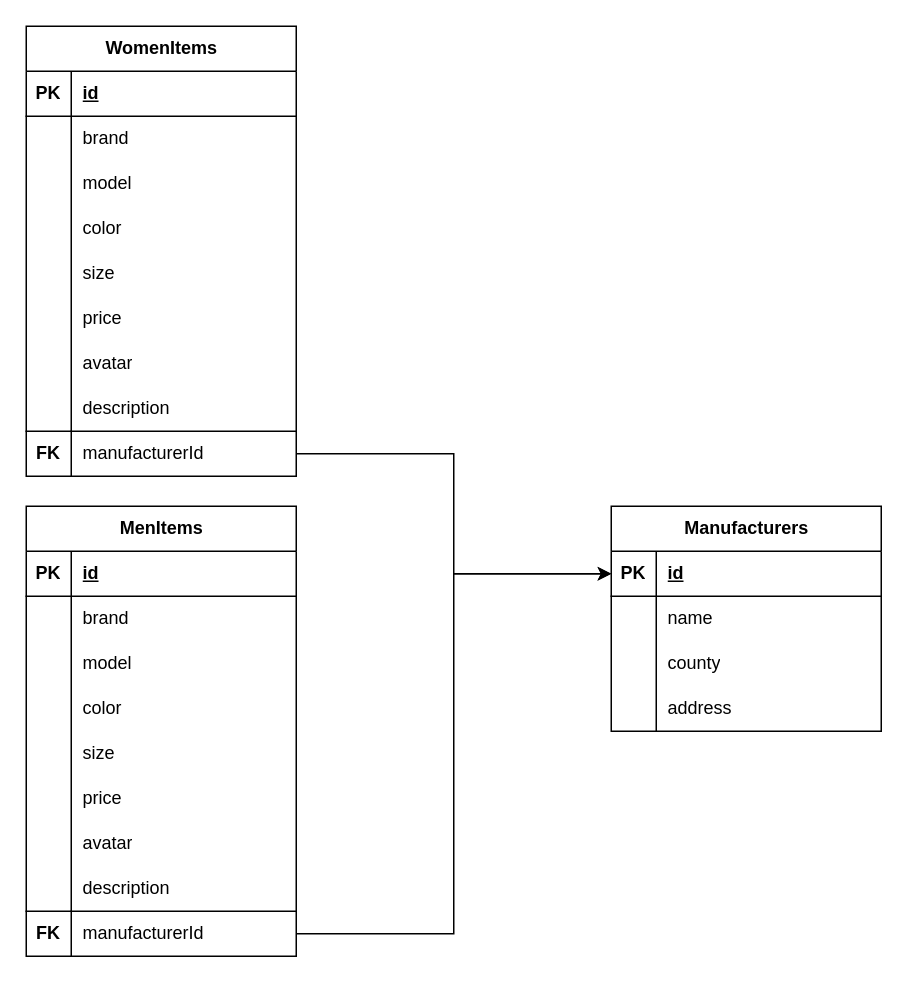
The draw.io diagram ER.drawio in Daniil999o/ClothesShop, before the edit. Source tidied: cells renumbered, new cells numbered last; positions are measured from the earlier drawing's top-left corner, leaving out a move shared by most shapes. Both pictures are drawn from the tidied source at 150%, with x=0, y=0 at pixel (26, 26).
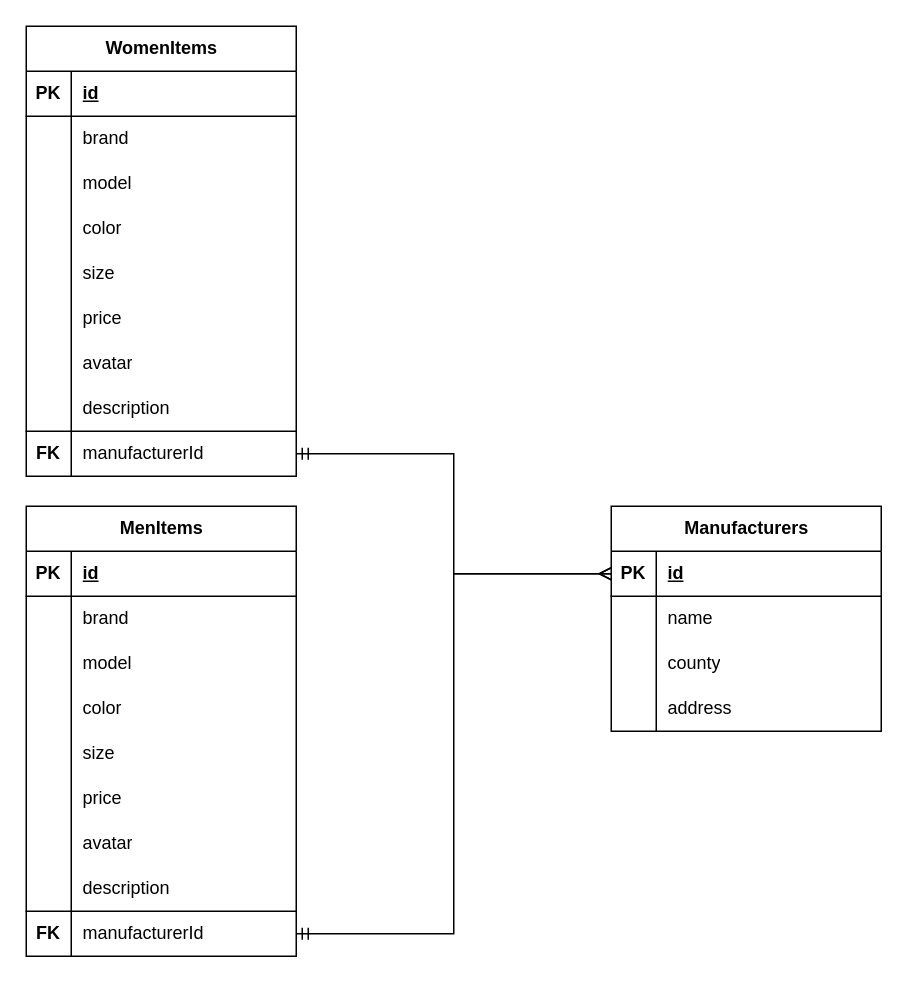
After the change.

Unchanged cells that the change refers to:
```xml
<mxCell id="27" style="shape=tableRow;horizontal=0;startSize=0;swimlaneHead=0;swimlaneBody=0;fillColor=none;points=[[0,0.5],[1,0.5]];portConstraint=eastwest;top=0;left=0;right=0;bottom=0;" parent="2" vertex="1">
  <mxGeometry y="270" width="180" height="30" as="geometry" />
</mxCell>
<mxCell id="31" style="shape=tableRow;horizontal=0;startSize=0;swimlaneHead=0;swimlaneBody=0;fillColor=none;points=[[0,0.5],[1,0.5]];portConstraint=eastwest;top=0;left=0;right=0;bottom=1;" parent="30" vertex="1">
  <mxGeometry y="30" width="180" height="30" as="geometry" />
</mxCell>
<mxCell id="69" style="shape=tableRow;horizontal=0;startSize=0;swimlaneHead=0;swimlaneBody=0;fillColor=none;points=[[0,0.5],[1,0.5]];portConstraint=eastwest;top=0;left=0;right=0;bottom=0;" parent="44" vertex="1">
  <mxGeometry y="270" width="180" height="30" as="geometry" />
</mxCell>
```

Change to the diagram source:
```diff
@@
-    <mxCell id="43" style="edgeStyle=orthogonalEdgeStyle;rounded=0;jettySize=auto;html=1;entryX=0;entryY=0.5;entryDx=0;entryDy=0;" parent="1" edge="1" source="27" target="31">
+    <mxCell id="43" style="edgeStyle=orthogonalEdgeStyle;rounded=0;jettySize=auto;html=1;entryX=0;entryY=0.5;entryDx=0;entryDy=0;endArrow=ERmany;endFill=0;startArrow=ERmandOne;startFill=0;" parent="1" edge="1" source="27" target="31">
       <mxGeometry relative="1" as="geometry" />
     </mxCell>
@@
-    <mxCell id="72" style="edgeStyle=orthogonalEdgeStyle;rounded=0;jettySize=auto;html=1;exitX=1;exitY=0.5;exitDx=0;exitDy=0;entryX=0;entryY=0.5;entryDx=0;entryDy=0;" parent="1" edge="1" source="69" target="31">
+    <mxCell id="72" style="edgeStyle=orthogonalEdgeStyle;rounded=0;jettySize=auto;html=1;exitX=1;exitY=0.5;exitDx=0;exitDy=0;entryX=0;entryY=0.5;entryDx=0;entryDy=0;endArrow=ERmany;endFill=0;startArrow=ERmandOne;startFill=0;" parent="1" edge="1" source="69" target="31">
       <mxGeometry relative="1" as="geometry" />
     </mxCell>
```
